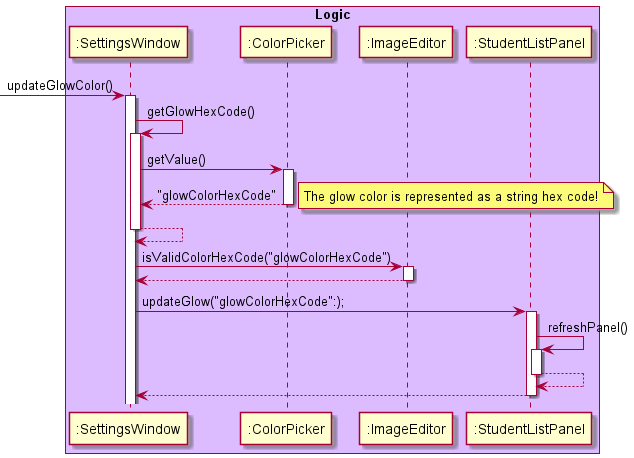
Earlier version of the PlantUML export docs/diagrams/GlowSequenceDiagram.png (wowsiddanth/tp).
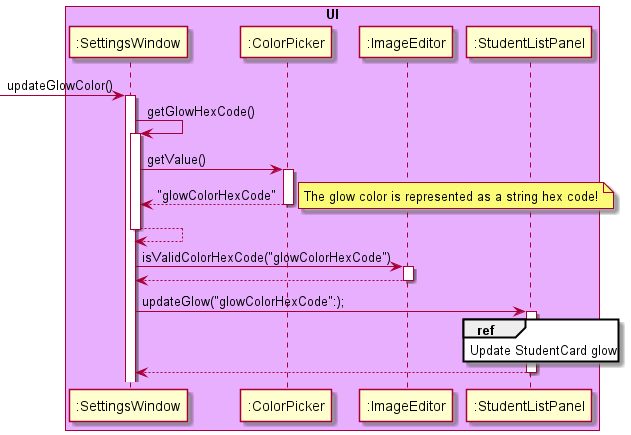
The same file after the commit.

Commit message:
Update DG with additional use cases

The edit, as a diff of the source:
```diff
@@ -4,7 +4,7 @@
 participant ":ImageEditor"           as Foo2
 participant ":StudentListPanel"      as Foo3
 
-box "Logic" #dcbcff
+box "UI" #e9afff
 participant Foo
 participant Foo1
 participant Foo2
@@ -26,10 +26,10 @@
 return
 
 Foo -> Foo3 : updateGlow("glowColorHexCode":);
+ref over Foo3
+Update StudentCard glow
+end ref
 activate Foo3
-Foo3 -> Foo3: refreshPanel()
-activate Foo3
-return
 return
 
 @enduml
```
